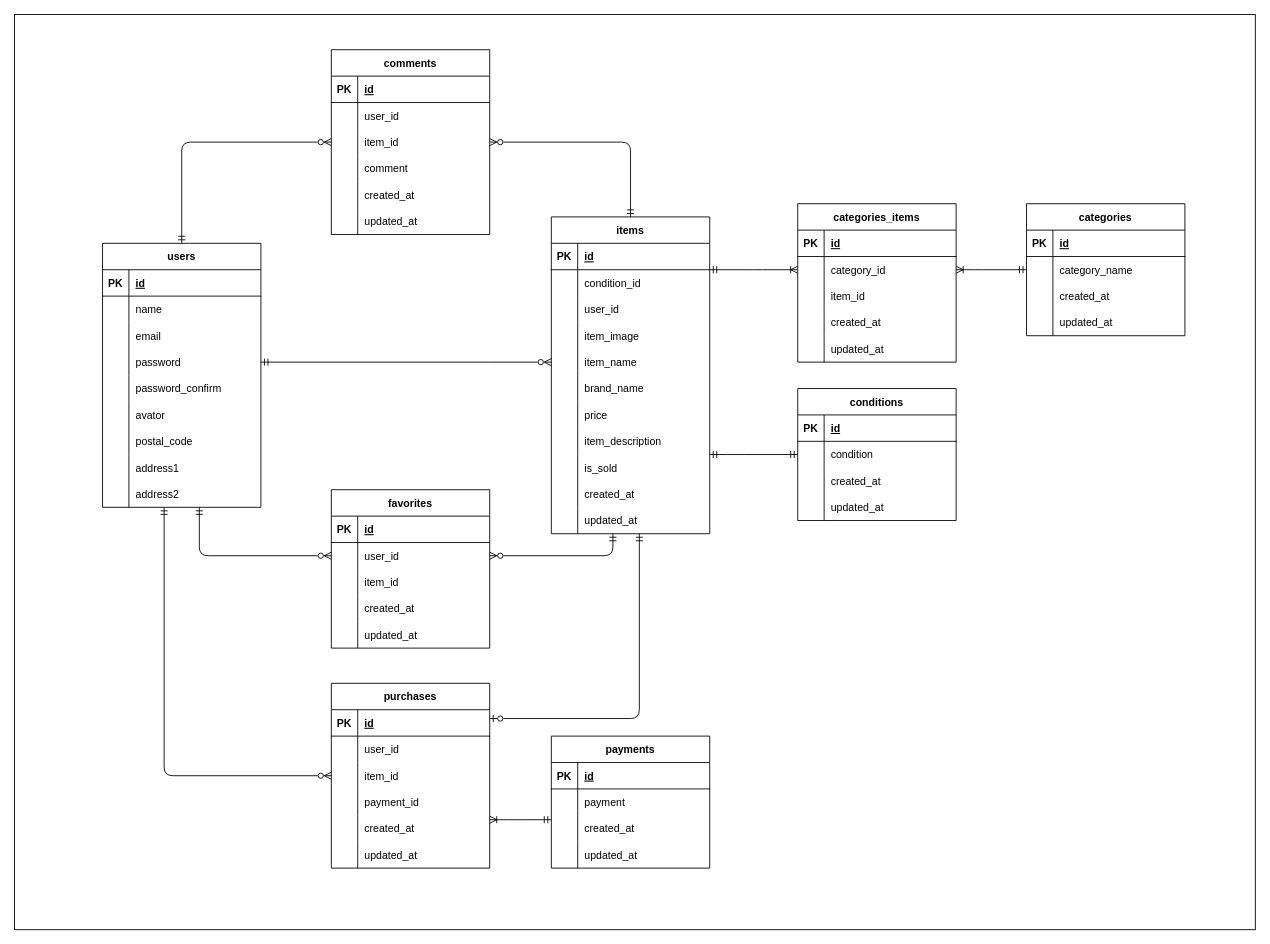
Above: ER.drawio in klaboworks/coachtech_freemarket (draw.io), before the change. Source tidied: cells renumbered, new cells numbered last; positions are measured from the earlier drawing's top-left corner, leaving out a move shared by most shapes. Both pictures are drawn from the tidied source at 88%, with x=0, y=0 at pixel (14, 14).
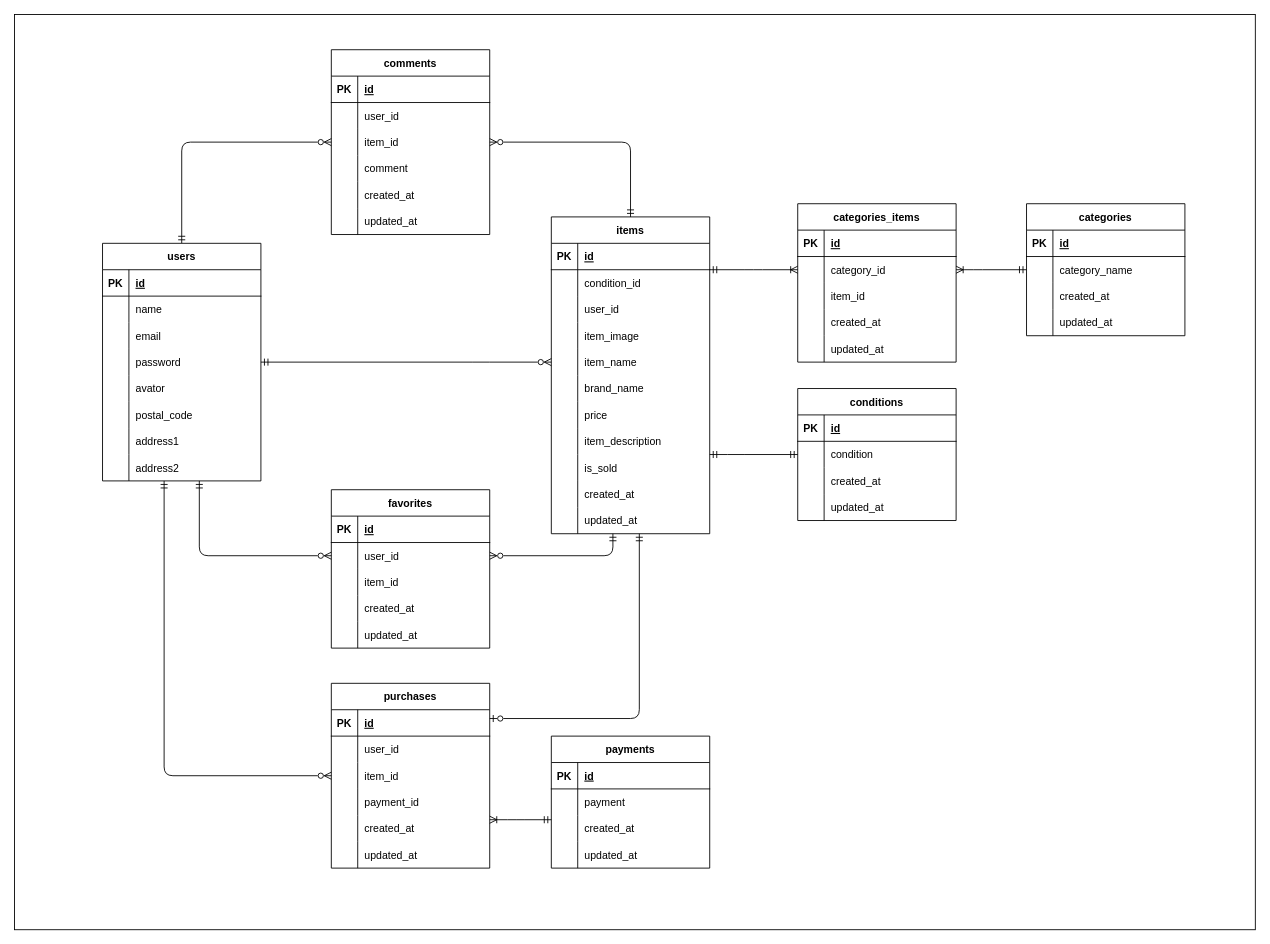
Above is the later version.

Change to the diagram source:
```diff
@@
     <mxCell id="6" value="users" style="shape=table;startSize=30;childLayout=tableLayout;rowLines=0;fontStyle=1;align=center;" parent="1" vertex="1">
-      <mxGeometry x="100" y="260" width="180" height="300" as="geometry" />
+      <mxGeometry x="100" y="260" width="180" height="270" as="geometry" />
     </mxCell>
@@
-    <mxCell id="19" style="shape=tableRow;horizontal=0;startSize=0;swimlaneHead=0;swimlaneBody=0;fillColor=none;top=0;left=0;right=0;bottom=0;" parent="6" vertex="1">
-      <mxGeometry y="150" width="180" height="30" as="geometry" />
-    </mxCell>
-    <mxCell id="20" style="shape=partialRectangle;fillColor=none;top=0;left=0;bottom=0;right=0;overflow=hidden;" parent="19" vertex="1">
-      <mxGeometry width="30" height="30" as="geometry" />
-    </mxCell>
-    <mxCell id="21" value="password_confirm" style="shape=partialRectangle;fillColor=none;top=0;left=0;bottom=0;right=0;align=left;spacingLeft=6;overflow=hidden;" parent="19" vertex="1">
-      <mxGeometry x="30" width="150" height="30" as="geometry" />
-    </mxCell>
     <mxCell id="22" style="shape=tableRow;horizontal=0;startSize=0;swimlaneHead=0;swimlaneBody=0;fillColor=none;top=0;left=0;right=0;bottom=0;" parent="6" vertex="1">
-      <mxGeometry y="180" width="180" height="30" as="geometry" />
+      <mxGeometry y="150" width="180" height="30" as="geometry" />
     </mxCell>
@@
     <mxCell id="25" style="shape=tableRow;horizontal=0;startSize=0;swimlaneHead=0;swimlaneBody=0;fillColor=none;top=0;left=0;right=0;bottom=0;" parent="6" vertex="1">
-      <mxGeometry y="210" width="180" height="30" as="geometry" />
+      <mxGeometry y="180" width="180" height="30" as="geometry" />
     </mxCell>
@@
     <mxCell id="28" style="shape=tableRow;horizontal=0;startSize=0;swimlaneHead=0;swimlaneBody=0;fillColor=none;top=0;left=0;right=0;bottom=0;" parent="6" vertex="1">
-      <mxGeometry y="240" width="180" height="30" as="geometry" />
+      <mxGeometry y="210" width="180" height="30" as="geometry" />
     </mxCell>
@@
     <mxCell id="31" style="shape=tableRow;horizontal=0;startSize=0;swimlaneHead=0;swimlaneBody=0;fillColor=none;top=0;left=0;right=0;bottom=0;" parent="6" vertex="1">
-      <mxGeometry y="270" width="180" height="30" as="geometry" />
+      <mxGeometry y="240" width="180" height="30" as="geometry" />
     </mxCell>
```
